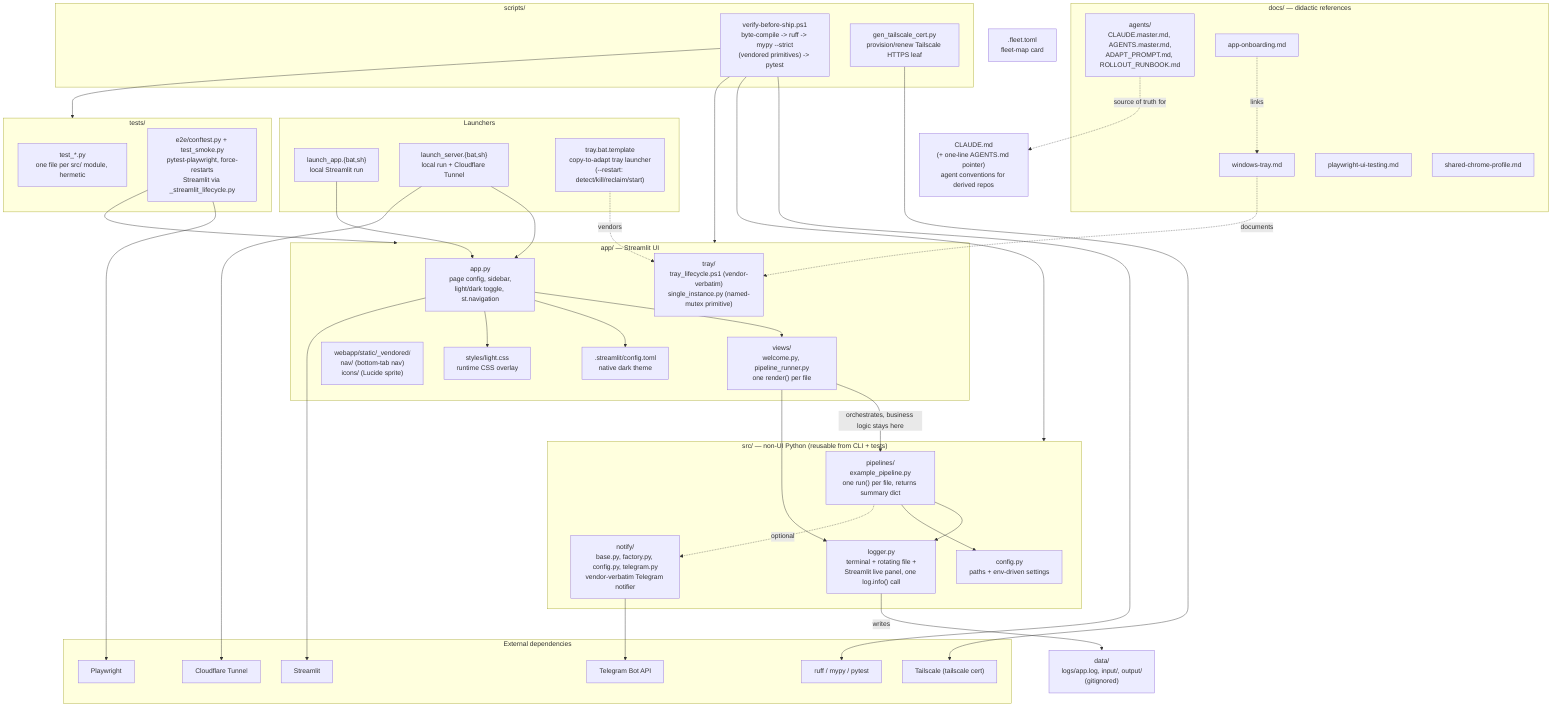
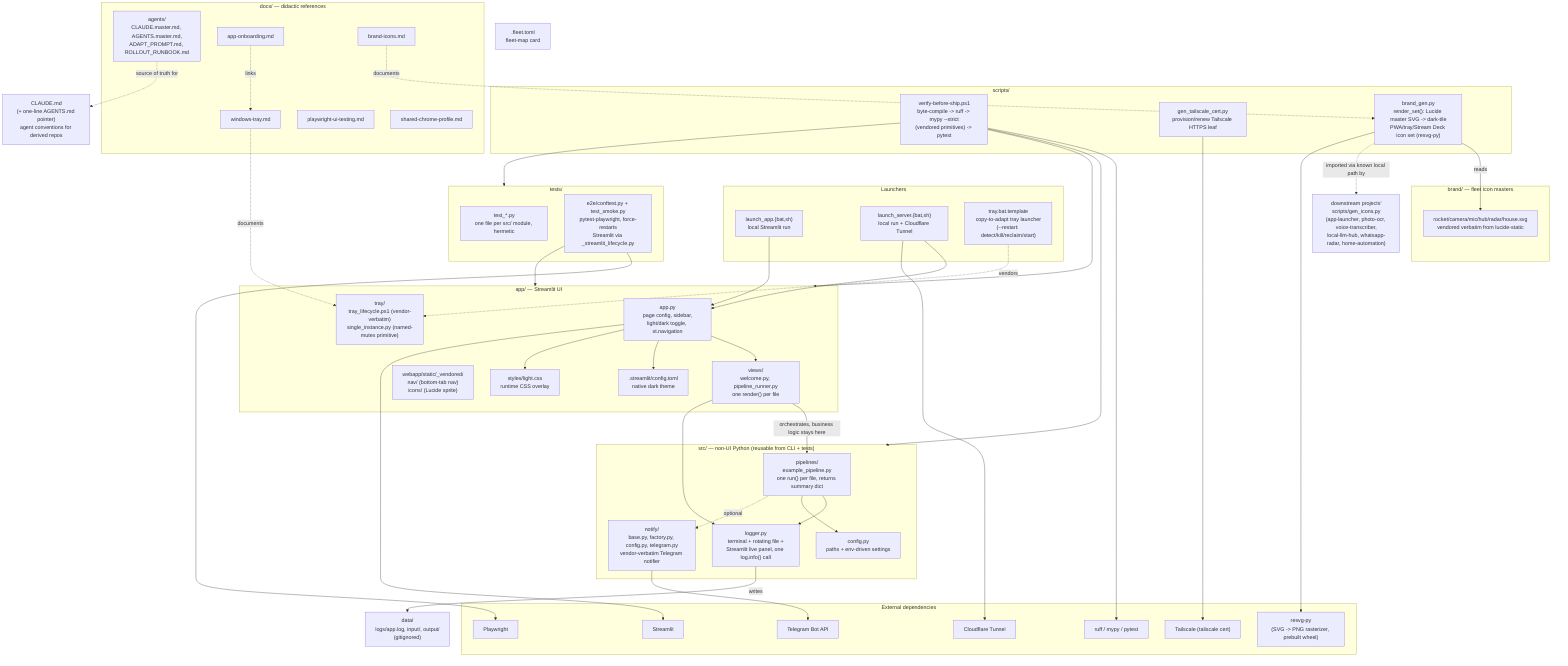
%% docs/architecture.mmd — project-scaffolding's own internal structure.
%% Hand-authored, not generated — this is the per-repo counterpart to the
%% fleet-wide map `fleet-config`'s `/system-map` aggregates from every repo's
%% `.fleet.toml`. That map is mechanically crawled; this repo's own internal
%% shape is semantic and can't be, so it is authored once and kept correct by
%% discipline. Update this diagram in the same PR as any material structural
%% change (a new view, a new vendored component, a script relocated) — same
%% anti-staleness contract as this repo's own `.fleet.toml` `description` field.
%% See `ferraroroberto/fleet-config#256` for the general convention.

flowchart TB
  subgraph launchers["Launchers"]
    LAUNCHAPP["launch_app.{bat,sh}\nlocal Streamlit run"]
    LAUNCHSRV["launch_server.{bat,sh}\nlocal run + Cloudflare Tunnel"]
    TRAYTMPL["tray.bat.template\ncopy-to-adapt tray launcher\n(--restart: detect/kill/reclaim/start)"]
  end

  subgraph appdir["app/ — Streamlit UI"]
    APPPY["app.py\npage config, sidebar,\nlight/dark toggle, st.navigation"]
    VIEWS["views/\nwelcome.py, pipeline_runner.py\none render() per file"]
    TRAYLIB["tray/\ntray_lifecycle.ps1 (vendor-verbatim)\nsingle_instance.py (named-mutex primitive)"]
    WEBVEND["webapp/static/_vendored/\nnav/ (bottom-tab nav)\nicons/ (Lucide sprite)"]
    STYLES["styles/light.css\nruntime CSS overlay"]
    STCFG[".streamlit/config.toml\nnative dark theme"]
  end
  APPPY --> VIEWS
  APPPY --> STCFG
  APPPY --> STYLES
  LAUNCHAPP --> APPPY
  LAUNCHSRV --> APPPY
  TRAYTMPL -.->|vendors| TRAYLIB

  subgraph srcdir["src/ — non-UI Python (reusable from CLI + tests)"]
    CONFIG["config.py\npaths + env-driven settings"]
    LOGGER["logger.py\nterminal + rotating file +\nStreamlit live panel, one log.info() call"]
    PIPELINES["pipelines/\nexample_pipeline.py\none run() per file, returns summary dict"]
    NOTIFY["notify/\nbase.py, factory.py, config.py, telegram.py\nvendor-verbatim Telegram notifier"]
  end
  VIEWS -->|orchestrates, business logic stays here| PIPELINES
  VIEWS --> LOGGER
  PIPELINES --> LOGGER
  PIPELINES --> CONFIG
  LOGGER -->|writes| DATALOGS
  PIPELINES -.->|optional| NOTIFY

  DATALOGS["data/\nlogs/app.log, input/, output/\n(gitignored)"]

  subgraph scriptsdir["scripts/"]
    VERIFY["verify-before-ship.ps1\nbyte-compile -> ruff -> mypy --strict\n(vendored primitives) -> pytest"]
    TSCERT["gen_tailscale_cert.py\nprovision/renew Tailscale HTTPS leaf"]
+     BRANDGEN["brand_gen.py\nrender_set(): Lucide master SVG -> dark-tile\nPWA/tray/Stream Deck icon set (resvg-py)"]
  end
  VERIFY --> srcdir
  VERIFY --> appdir
  VERIFY --> testsdir
+ 
+   subgraph branddir["brand/ — fleet icon masters"]
+     BRANDSVGS["rocket/camera/mic/hub/radar/house.svg\nvendored verbatim from lucide-static"]
+   end
+   BRANDGEN -->|reads| BRANDSVGS
+   BRANDGEN -.->|imported via known local path by| DOWNSTREAM["downstream projects'\nscripts/gen_icons.py\n(app-launcher, photo-ocr, voice-transcriber,\nlocal-llm-hub, whatsapp-radar, home-automation)"]

  subgraph testsdir["tests/"]
    UNIT["test_*.py\none file per src/ module, hermetic"]
    E2E["e2e/conftest.py + test_smoke.py\npytest-playwright, force-restarts\nStreamlit via _streamlit_lifecycle.py"]
  end
  E2E --> appdir

  subgraph docsdir["docs/ — didactic references"]
    AGENTSDIR["agents/\nCLAUDE.master.md, AGENTS.master.md,\nADAPT_PROMPT.md, ROLLOUT_RUNBOOK.md"]
    TRAYDOC["windows-tray.md"]
    ONBOARD["app-onboarding.md"]
    PLAYWRIGHTDOC["playwright-ui-testing.md"]
    CHROMEDOC["shared-chrome-profile.md"]
+     BRANDDOC["brand-icons.md"]
  end
  AGENTSDIR -.->|source of truth for| CLAUDEMD
  TRAYDOC -.->|documents| TRAYLIB
  ONBOARD -.->|links| TRAYDOC
+   BRANDDOC -.->|documents| BRANDGEN

  CLAUDEMD["CLAUDE.md\n(+ one-line AGENTS.md pointer)\nagent conventions for derived repos"]
  FLEETTOML[".fleet.toml\nfleet-map card"]

  subgraph external["External dependencies"]
    STREAMLIT["Streamlit"]
    CLOUDFLARE["Cloudflare Tunnel"]
    TELEGRAM["Telegram Bot API"]
    TAILSCALE["Tailscale (tailscale cert)"]
    PLAYWRIGHT["Playwright"]
    RUFFMYPY["ruff / mypy / pytest"]
+     RESVG["resvg-py\n(SVG -> PNG rasterizer, prebuilt wheel)"]
  end
  APPPY --> STREAMLIT
  LAUNCHSRV --> CLOUDFLARE
  NOTIFY --> TELEGRAM
  TSCERT --> TAILSCALE
  E2E --> PLAYWRIGHT
  VERIFY --> RUFFMYPY
+   BRANDGEN --> RESVG
